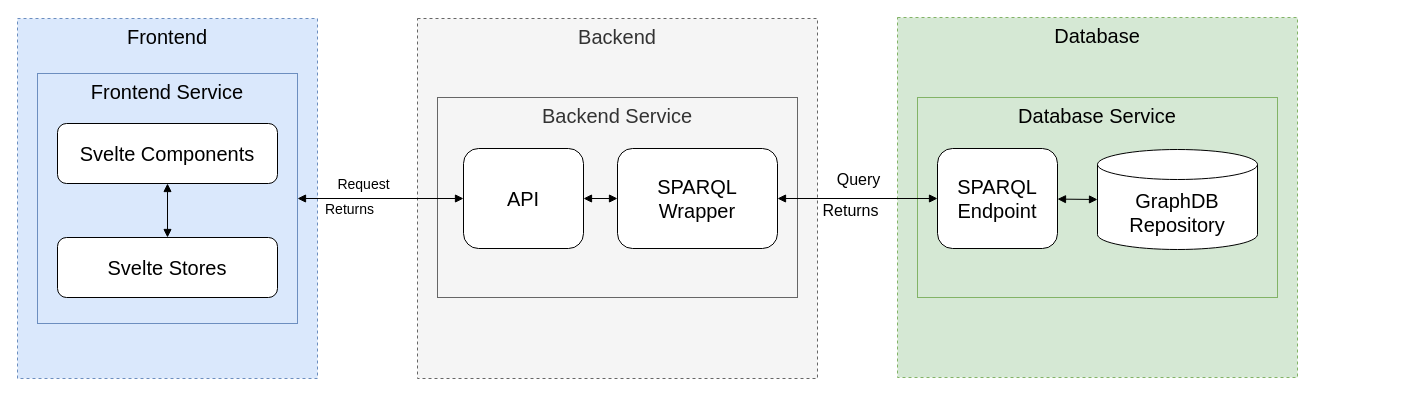
Earlier version of the draw.io diagram page "Seite-2" (2 of 3) of sys_doc/technical_report/images/architektur.drawio (cyberlytics/SGDb). Source tidied: cells renumbered, new cells numbered last; positions are measured from the earlier drawing's top-left corner, leaving out a move shared by most shapes. Both pictures are drawn from the tidied source at 100%, with x=0, y=0 at pixel (17, 17).
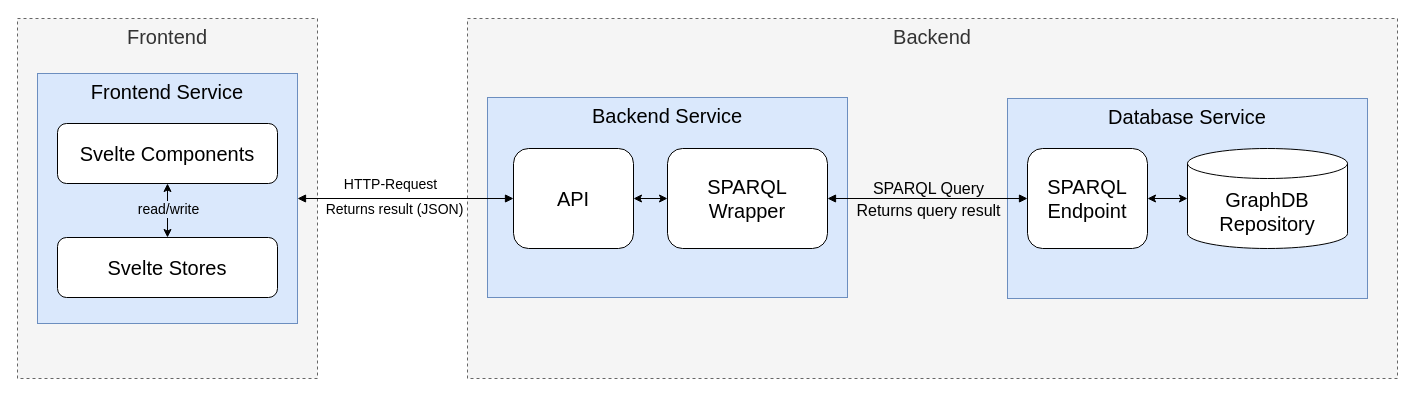
After the change.

Unchanged cells that the change refers to:
```xml
<mxCell id="6" style="edgeStyle=none;rounded=0;jettySize=auto;html=1;fontColor=#000000;startArrow=block;startFill=1;endArrow=block;endFill=1;strokeColor=#000000;exitX=1;exitY=0.5;exitDx=0;exitDy=0;entryX=0;entryY=0.5;entryDx=0;entryDy=0;" parent="1" edge="1" source="11" target="10">
  <mxGeometry relative="1" as="geometry" />
</mxCell>
<mxCell id="12" value="Svelte Components" style="rounded=1;whiteSpace=wrap;html=1;fontSize=20;" parent="1" vertex="1">
  <mxGeometry x="40" y="106" width="220" height="60" as="geometry" />
</mxCell>
<mxCell id="13" value="Svelte Stores" style="rounded=1;whiteSpace=wrap;html=1;fontSize=20;" parent="1" vertex="1">
  <mxGeometry x="40" y="220" width="220" height="60" as="geometry" />
</mxCell>
<mxCell id="17" style="edgeStyle=orthogonalEdgeStyle;rounded=0;jettySize=auto;html=1;fontSize=20;startArrow=block;startFill=1;endArrow=block;endFill=1;" parent="1" edge="1" source="20" target="4">
  <mxGeometry relative="1" as="geometry" />
</mxCell>
```

The edit, as a diff of the source:
```diff
@@
     <mxCell id="2" value="Backend" style="fillColor=#f5f5f5;strokeColor=#666666;dashed=1;verticalAlign=top;fontStyle=0;fontColor=#333333;fontSize=20;" parent="1" vertex="1">
-      <mxGeometry x="400" y="1" width="400" height="360" as="geometry" />
+      <mxGeometry x="450" y="1" width="930" height="360" as="geometry" />
     </mxCell>
-    <mxCell id="3" value="Backend Service" style="rounded=0;whiteSpace=wrap;html=1;fontSize=20;verticalAlign=top;fillColor=#f5f5f5;fontColor=#333333;strokeColor=#666666;" parent="1" vertex="1">
-      <mxGeometry x="420" y="80" width="360" height="200" as="geometry" />
+    <mxCell id="3" value="Backend Service" style="rounded=0;whiteSpace=wrap;html=1;fontSize=20;verticalAlign=top;fillColor=#dae8fc;strokeColor=#6c8ebf;" parent="1" vertex="1">
+      <mxGeometry x="470" y="80" width="360" height="200" as="geometry" />
     </mxCell>
     <mxCell id="4" value="SPARQL&lt;br&gt;Wrapper" style="rounded=1;whiteSpace=wrap;html=1;fontSize=20;" parent="1" vertex="1">
-      <mxGeometry x="600" y="131" width="160" height="100" as="geometry" />
+      <mxGeometry x="650" y="131" width="160" height="100" as="geometry" />
     </mxCell>
-    <mxCell id="5" value="Frontend" style="fillColor=#dae8fc;strokeColor=#6c8ebf;dashed=1;verticalAlign=top;fontStyle=0;fontSize=20;" parent="1" vertex="1">
+    <mxCell id="5" value="Frontend" style="fillColor=#f5f5f5;strokeColor=#666666;dashed=1;verticalAlign=top;fontStyle=0;fontSize=20;fontColor=#333333;" parent="1" vertex="1">
       <mxGeometry y="1" width="300" height="360" as="geometry" />
     </mxCell>
@@
-    <mxCell id="7" value="Request" style="edgeLabel;html=1;align=center;verticalAlign=middle;fontSize=14;" parent="6" vertex="1">
+    <mxCell id="7" value="HTTP-Request" style="edgeLabel;html=1;align=center;verticalAlign=middle;fontSize=14;" parent="6" vertex="1">
       <mxGeometry x="-0.45" relative="1" as="geometry">
-        <mxPoint x="19" y="-15" as="offset" />
+        <mxPoint x="33" y="-15" as="offset" />
       </mxGeometry>
     </mxCell>
-    <mxCell id="8" value="Returns" style="edgeLabel;html=1;align=center;verticalAlign=middle;fontSize=14;" parent="6" vertex="1">
+    <mxCell id="8" value="Returns result (JSON)" style="edgeLabel;html=1;align=center;verticalAlign=middle;fontSize=14;" parent="6" vertex="1">
       <mxGeometry x="0.09" y="-1" relative="1" as="geometry">
-        <mxPoint x="-39" y="9" as="offset" />
+        <mxPoint x="-22" y="9" as="offset" />
       </mxGeometry>
     </mxCell>
-    <mxCell id="9" style="edgeStyle=none;rounded=0;jettySize=auto;html=1;entryX=0;entryY=0.5;entryDx=0;entryDy=0;fontColor=#000000;startArrow=block;startFill=1;endArrow=block;endFill=1;strokeColor=#000000;" parent="1" edge="1" source="10" target="4">
+    <mxCell id="9" style="edgeStyle=none;rounded=0;jettySize=auto;html=1;entryX=0;entryY=0.5;entryDx=0;entryDy=0;fontColor=#000000;startArrow=classic;startFill=1;endArrow=classic;endFill=1;strokeColor=#000000;" parent="1" edge="1" source="10" target="4">
       <mxGeometry relative="1" as="geometry" />
     </mxCell>
     <mxCell id="10" value="API" style="rounded=1;whiteSpace=wrap;html=1;fontSize=20;" parent="1" vertex="1">
-      <mxGeometry x="446" y="131" width="120" height="100" as="geometry" />
+      <mxGeometry x="496" y="131" width="120" height="100" as="geometry" />
     </mxCell>
@@
-    <mxCell id="14" style="edgeStyle=orthogonalEdgeStyle;rounded=0;jettySize=auto;html=1;fontSize=20;startArrow=block;startFill=1;endArrow=block;endFill=1;" parent="1" edge="1" source="12" target="13">
+    <mxCell id="14" style="edgeStyle=orthogonalEdgeStyle;rounded=0;jettySize=auto;html=1;fontSize=20;startArrow=classic;startFill=1;endArrow=classic;endFill=1;" parent="1" edge="1" source="12" target="13">
       <mxGeometry relative="1" as="geometry" />
     </mxCell>
-    <mxCell id="15" value="Database" style="fillColor=#d5e8d4;strokeColor=#82b366;dashed=1;verticalAlign=top;fontStyle=0;fontSize=20;" parent="1" vertex="1">
-      <mxGeometry x="880" width="400" height="360" as="geometry" />
-    </mxCell>
+    <mxCell id="23" value="read/write" style="edgeLabel;html=1;align=center;verticalAlign=middle;labelBackgroundColor=#DAE8FC;fontSize=14;" parent="14" vertex="1">
+      <mxGeometry x="-0.07" y="-3" relative="1" as="geometry">
+        <mxPoint x="3" as="offset" />
+      </mxGeometry>
+    </mxCell>
-    <mxCell id="16" value="Database Service" style="rounded=0;whiteSpace=wrap;html=1;fontSize=20;verticalAlign=top;fillColor=#d5e8d4;strokeColor=#82b366;" parent="1" vertex="1">
-      <mxGeometry x="900" y="80" width="360" height="200" as="geometry" />
+    <mxCell id="16" value="Database Service" style="rounded=0;whiteSpace=wrap;html=1;fontSize=20;verticalAlign=top;fillColor=#dae8fc;strokeColor=#6c8ebf;" parent="1" vertex="1">
+      <mxGeometry x="990" y="81" width="360" height="200" as="geometry" />
     </mxCell>
@@
-    <mxCell id="18" value="Query" style="edgeLabel;html=1;align=center;verticalAlign=middle;fontSize=16;" parent="17" vertex="1">
+    <mxCell id="18" value="SPARQL Query" style="edgeLabel;html=1;align=center;verticalAlign=middle;fontSize=16;labelBackgroundColor=#F5F5F5;" parent="17" vertex="1">
       <mxGeometry y="1" relative="1" as="geometry">
-        <mxPoint y="-21" as="offset" />
+        <mxPoint y="-12" as="offset" />
       </mxGeometry>
     </mxCell>
-    <mxCell id="19" value="Returns" style="edgeLabel;html=1;align=center;verticalAlign=middle;fontSize=16;" parent="17" vertex="1">
+    <mxCell id="19" value="Returns query result" style="edgeLabel;html=1;align=center;verticalAlign=middle;fontSize=16;labelBackgroundColor=#F5F5F5;" parent="17" vertex="1">
       <mxGeometry x="-0.14" relative="1" as="geometry">
-        <mxPoint x="-19" y="11" as="offset" />
+        <mxPoint x="-14" y="11" as="offset" />
       </mxGeometry>
     </mxCell>
     <mxCell id="20" value="SPARQL&lt;br&gt;Endpoint" style="rounded=1;whiteSpace=wrap;html=1;fontSize=20;" parent="1" vertex="1">
-      <mxGeometry x="920" y="131" width="120" height="100" as="geometry" />
+      <mxGeometry x="1010" y="131" width="120" height="100" as="geometry" />
     </mxCell>
-    <mxCell id="21" style="edgeStyle=none;rounded=0;jettySize=auto;html=1;entryX=0;entryY=0.5;entryDx=0;entryDy=0;fontColor=#000000;startArrow=block;startFill=1;endArrow=block;endFill=1;strokeColor=#000000;entryPerimeter=0;" parent="1" edge="1" source="20" target="22">
+    <mxCell id="21" style="edgeStyle=none;rounded=0;jettySize=auto;html=1;entryX=0;entryY=0.5;entryDx=0;entryDy=0;fontColor=#000000;startArrow=classic;startFill=1;endArrow=classic;endFill=1;strokeColor=#000000;entryPerimeter=0;" parent="1" edge="1" source="20" target="22">
       <mxGeometry relative="1" as="geometry" />
     </mxCell>
     <mxCell id="22" value="GraphDB&lt;br style=&quot;font-size: 20px;&quot;&gt;Repository" style="shape=cylinder3;whiteSpace=wrap;html=1;boundedLbl=1;backgroundOutline=1;size=15;fontSize=20;" parent="1" vertex="1">
-      <mxGeometry x="1080" y="132" width="160" height="100" as="geometry" />
+      <mxGeometry x="1170" y="131" width="160" height="100" as="geometry" />
     </mxCell>
```
